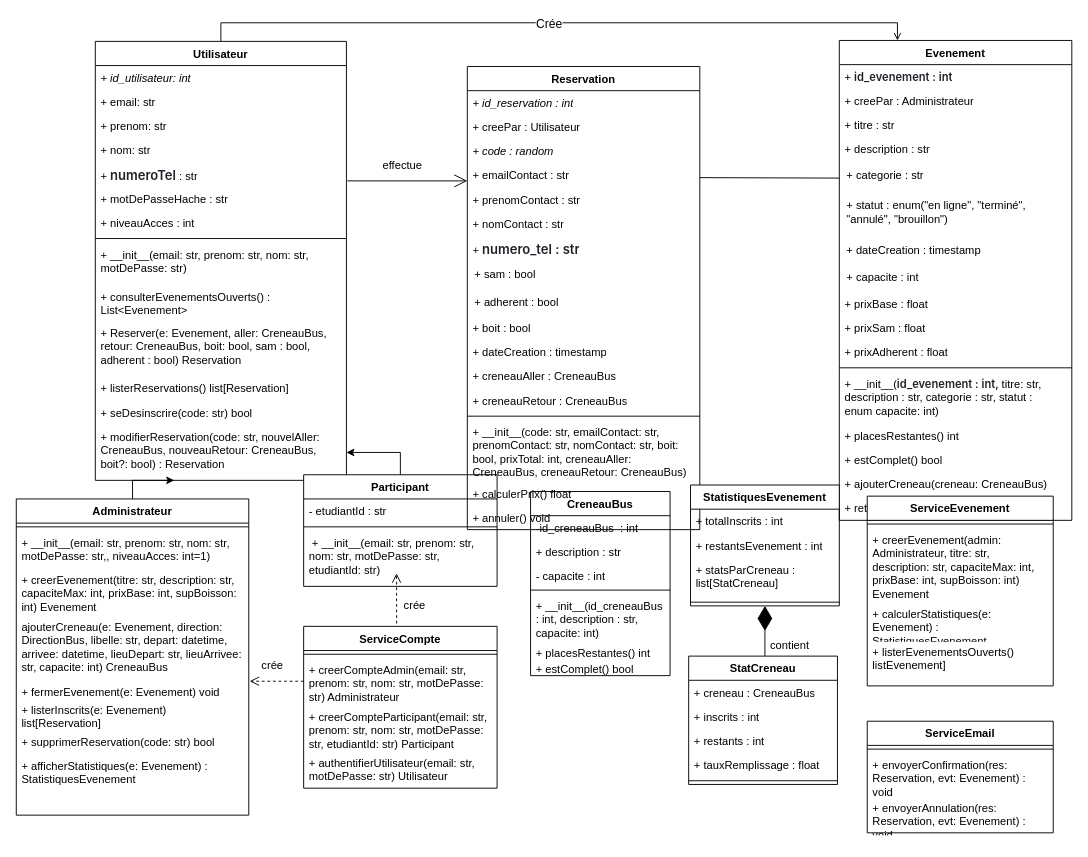
khalidjerrari/ENSAI-Projet-info-2A keeps this draw.io diagram as doc/diagramme_classe.drawio. Above is the earlier version. Source tidied: cells renumbered, new cells numbered last; positions are measured from the earlier drawing's top-left corner, leaving out a move shared by most shapes. Both pictures are drawn from the tidied source at 93%, with x=0, y=0 at pixel (16, 40).
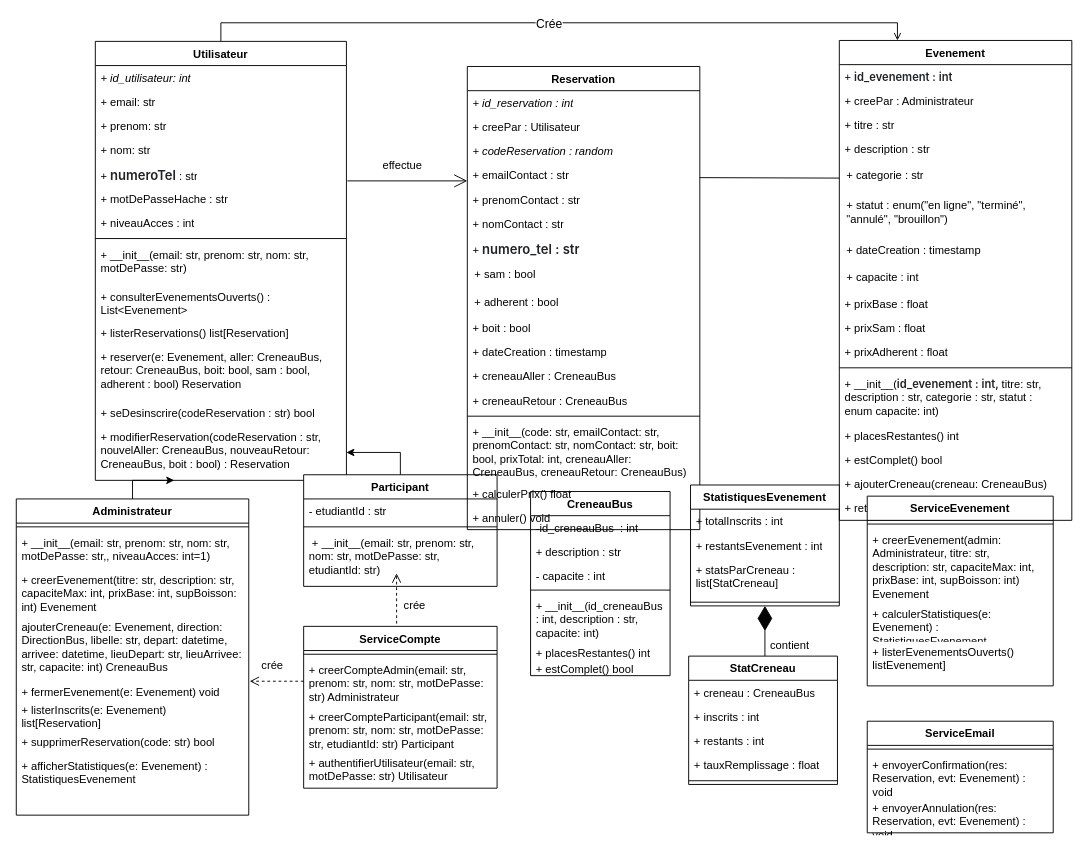
The same page after the edit.

Commit message (it also covers changes not shown here):
Mettre à jour diagramme_classe.drawio

The change refers to these unchanged cells:
```xml
<mxCell id="5" value="Utilisateur" style="swimlane;fontStyle=1;align=center;verticalAlign=top;horizontal=1;startSize=26;rounded=0;shadow=0;strokeWidth=1;" parent="1" vertex="1">
  <mxGeometry x="85" y="1" width="270" height="472" as="geometry" />
</mxCell>
<mxCell id="60" value="Reservation" style="swimlane;fontStyle=1;align=center;verticalAlign=top;horizontal=1;startSize=26;whiteSpace=wrap;html=1;" parent="1" vertex="1">
  <mxGeometry x="485" y="28" width="250" height="498" as="geometry" />
</mxCell>
```

Diff of the diagram source:
```diff
@@
+    <mxCell id="17" value="+ listerReservations() list[Reservation]" style="text;strokeColor=none;fillColor=none;align=left;verticalAlign=top;spacingLeft=4;spacingRight=4;overflow=hidden;whiteSpace=wrap;html=1;" parent="5" vertex="1">
+      <mxGeometry y="300" width="270" height="26" as="geometry" />
+    </mxCell>
-    <mxCell id="16" value="+ Reserver(e: Evenement, aller: CreneauBus, retour: CreneauBus, boit: bool, sam : bool, adherent : bool) Reservation" style="text;strokeColor=none;fillColor=none;align=left;verticalAlign=top;spacingLeft=4;spacingRight=4;overflow=hidden;whiteSpace=wrap;html=1;" parent="5" vertex="1">
-      <mxGeometry y="300" width="270" height="60" as="geometry" />
+    <mxCell id="16" value="+ reserver(e: Evenement, aller: CreneauBus, retour: CreneauBus, boit: bool, sam : bool, adherent : bool) Reservation" style="text;strokeColor=none;fillColor=none;align=left;verticalAlign=top;spacingLeft=4;spacingRight=4;overflow=hidden;whiteSpace=wrap;html=1;" parent="5" vertex="1">
+      <mxGeometry y="326" width="270" height="60" as="geometry" />
     </mxCell>
-    <mxCell id="17" value="+ listerReservations() list[Reservation]" style="text;strokeColor=none;fillColor=none;align=left;verticalAlign=top;spacingLeft=4;spacingRight=4;overflow=hidden;whiteSpace=wrap;html=1;" parent="5" vertex="1">
-      <mxGeometry y="360" width="270" height="26" as="geometry" />
-    </mxCell>
-    <mxCell id="18" value="+ seDesinscrire(code: str) bool" style="text;strokeColor=none;fillColor=none;align=left;verticalAlign=top;spacingLeft=4;spacingRight=4;overflow=hidden;whiteSpace=wrap;html=1;" parent="5" vertex="1">
+    <mxCell id="18" value="+ seDesinscrire(codeReservation : str) bool" style="text;strokeColor=none;fillColor=none;align=left;verticalAlign=top;spacingLeft=4;spacingRight=4;overflow=hidden;whiteSpace=wrap;html=1;" parent="5" vertex="1">
       <mxGeometry y="386" width="270" height="26" as="geometry" />
     </mxCell>
-    <mxCell id="19" value="+ modifierReservation(code: str, nouvelAller: CreneauBus, nouveauRetour: CreneauBus, boit?: bool) : Reservation" style="text;strokeColor=none;fillColor=none;align=left;verticalAlign=top;spacingLeft=4;spacingRight=4;overflow=hidden;points=[[0,0.5],[1,0.5]];portConstraint=eastwest;whiteSpace=wrap;html=1;" parent="5" vertex="1">
+    <mxCell id="19" value="+ modifierReservation(codeReservation : str, nouvelAller: CreneauBus, nouveauRetour: CreneauBus, boit : bool) : Reservation" style="text;strokeColor=none;fillColor=none;align=left;verticalAlign=top;spacingLeft=4;spacingRight=4;overflow=hidden;points=[[0,0.5],[1,0.5]];portConstraint=eastwest;whiteSpace=wrap;html=1;" parent="5" vertex="1">
       <mxGeometry y="412" width="270" height="60" as="geometry" />
     </mxCell>
@@
-    <mxCell id="63" value="&lt;i&gt;+ code : random&lt;/i&gt;" style="text;strokeColor=none;fillColor=none;align=left;verticalAlign=top;spacingLeft=4;spacingRight=4;overflow=hidden;whiteSpace=wrap;html=1;" parent="60" vertex="1">
+    <mxCell id="63" value="&lt;i&gt;+ codeReservation : random&lt;/i&gt;" style="text;strokeColor=none;fillColor=none;align=left;verticalAlign=top;spacingLeft=4;spacingRight=4;overflow=hidden;whiteSpace=wrap;html=1;" parent="60" vertex="1">
       <mxGeometry y="78" width="250" height="26" as="geometry" />
     </mxCell>
```
